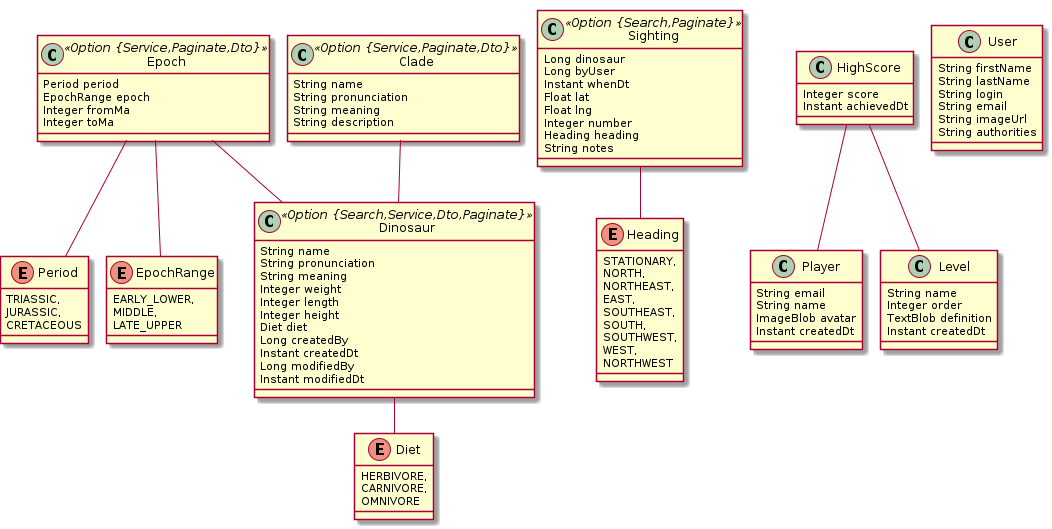
Earlier version of the PlantUML export jhipster-microservice-dinosaurs.png (RatJuggler/jhipster-jdl).
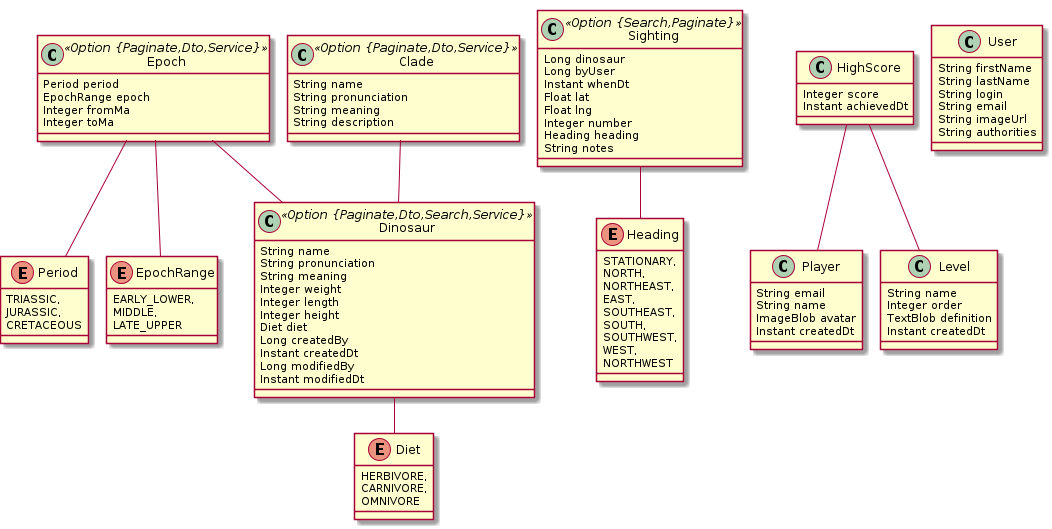
Later version of the same file.

Commit message:
Make sure search is enabled correctly.

Diff of the diagram source:
```diff
@@ -11,7 +11,7 @@
 		MIDDLE,
 		LATE_UPPER
 	}
-	class Epoch <<Option {Service,Paginate,Dto}>> {
+	class Epoch <<Option {Paginate,Dto,Service}>> {
 		Period period
 		EpochRange epoch
 		Integer fromMa
@@ -19,7 +19,7 @@
 	}
 	Epoch ..> Period
 	Epoch ..> EpochRange
-	class Clade <<Option {Service,Paginate,Dto}>> {
+	class Clade <<Option {Paginate,Dto,Service}>> {
 		String name
 		String pronunciation
 		String meaning
@@ -30,7 +30,7 @@
 		CARNIVORE,
 		OMNIVORE
 	}
-	class Dinosaur <<Option {Search,Service,Dto,Paginate}>> {
+	class Dinosaur <<Option {Paginate,Dto,Search,Service}>> {
 		String name
 		String pronunciation
 		String meaning
```
